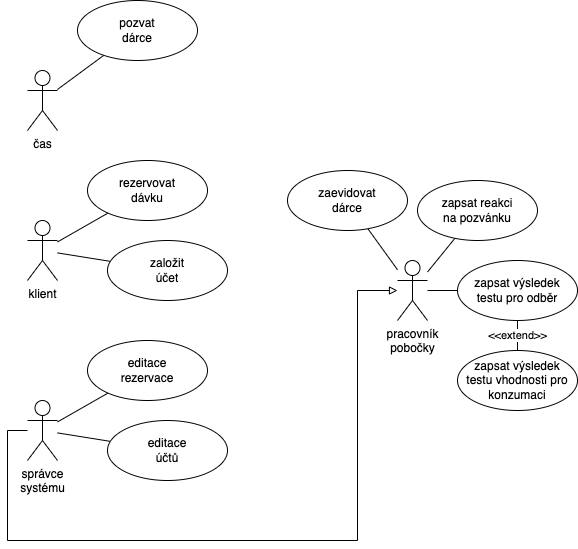
This is use-case/use-case-diagram.png from xhobza03/ius-projekt1, a draw.io export, as it was before one commit. Source tidied: cells renumbered, new cells last; positions are measured from the earlier drawing's top-left corner, leaving out a move shared by most shapes.
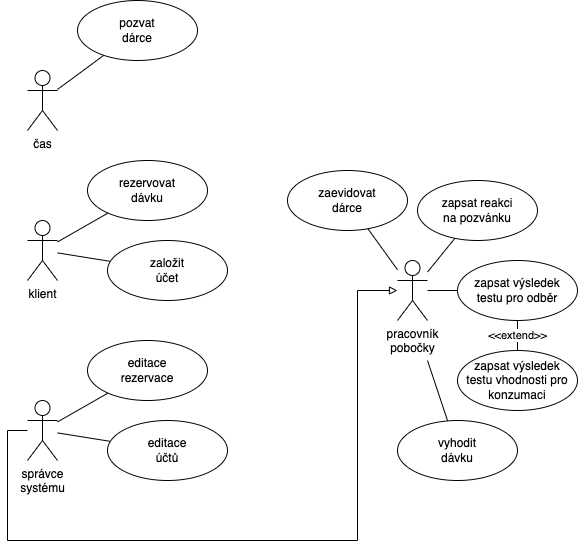
After the commit.

Commit message:
send help č

Change to the diagram source:
```diff
@@ -57,6 +57,11 @@
     <mxCell id="17" style="edgeStyle=none;rounded=0;jettySize=auto;html=1;endArrow=none;endFill=0;" parent="1" edge="1" source="18" target="21">
       <mxGeometry relative="1" as="geometry" />
     </mxCell>
+    <mxCell id="25" style="edgeStyle=none;rounded=0;jettySize=auto;html=1;endArrow=none;endFill=0;" parent="1" edge="1" target="26">
+      <mxGeometry relative="1" as="geometry">
+        <mxPoint x="420" y="360" as="sourcePoint" />
+      </mxGeometry>
+    </mxCell>
     <mxCell id="18" value="pracovník&lt;br&gt;pobočky" style="shape=umlActor;verticalLabelPosition=bottom;verticalAlign=top;html=1;outlineConnect=0;" parent="1" vertex="1">
       <mxGeometry x="390" y="260" width="30" height="60" as="geometry" />
     </mxCell>
@@ -78,5 +83,8 @@
     <mxCell id="24" value="zaevidovat&lt;br&gt;dárce" style="ellipse;whiteSpace=wrap;html=1;verticalAlign=middle;" parent="1" vertex="1">
       <mxGeometry x="280" y="170" width="120" height="60" as="geometry" />
     </mxCell>
+    <mxCell id="26" value="vyhodit&lt;br&gt;dávku" style="ellipse;whiteSpace=wrap;html=1;verticalAlign=middle;" parent="1" vertex="1">
+      <mxGeometry x="390" y="420" width="120" height="60" as="geometry" />
+    </mxCell>
   </root>
 </mxGraphModel>
```
